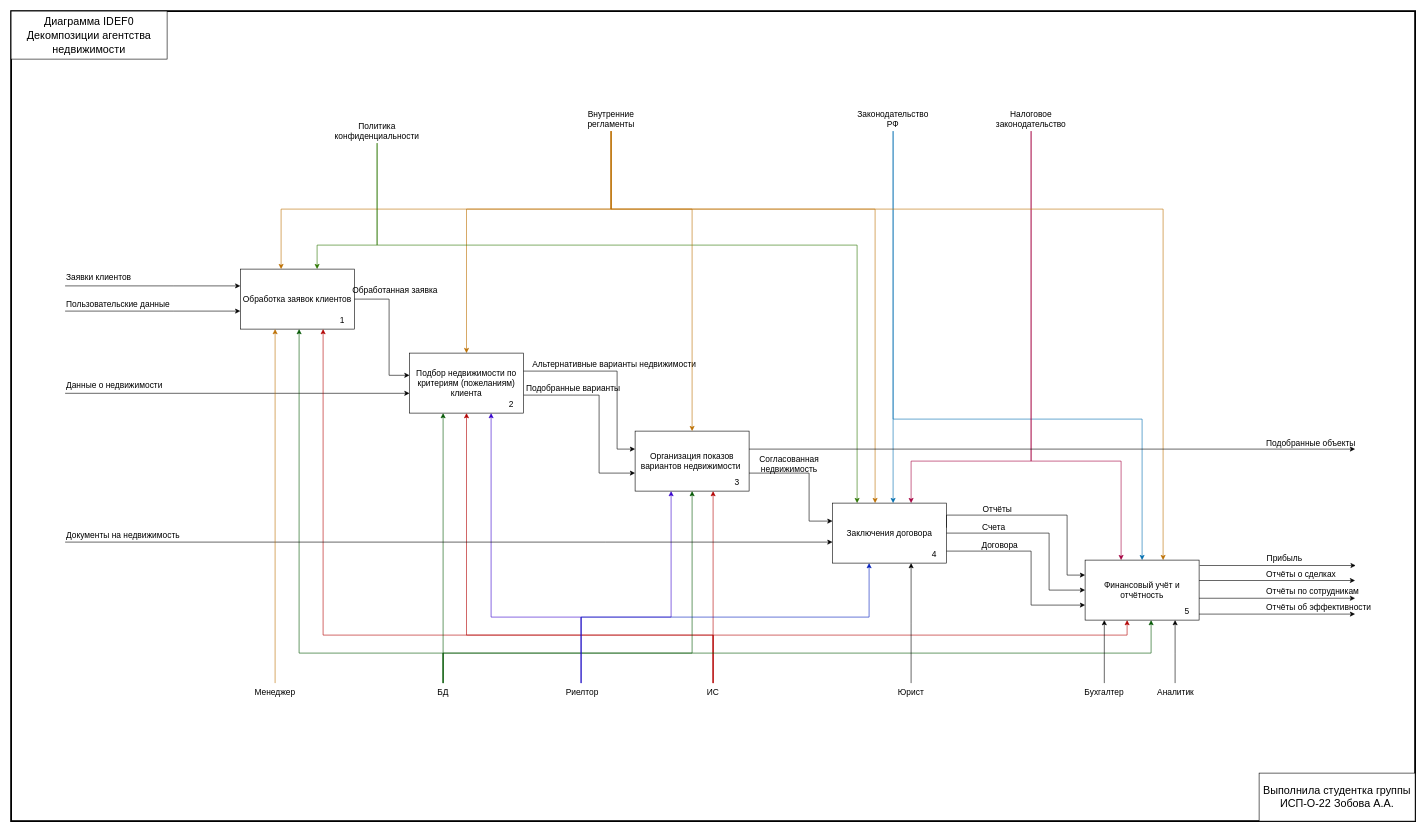
ColdenI/Diploma-IS-food-production keeps this draw.io diagram as page "IDEF0 декомпозиции" (4 of 6) of media/Диаграммы - Попов А.В..drawio. Above is the earlier version. Source tidied: cells renumbered, new cells numbered last; positions are measured from the earlier drawing's top-left corner, leaving out a move shared by most shapes. Both pictures are drawn from the tidied source at 60%, with x=0, y=0 at pixel (11, 11).
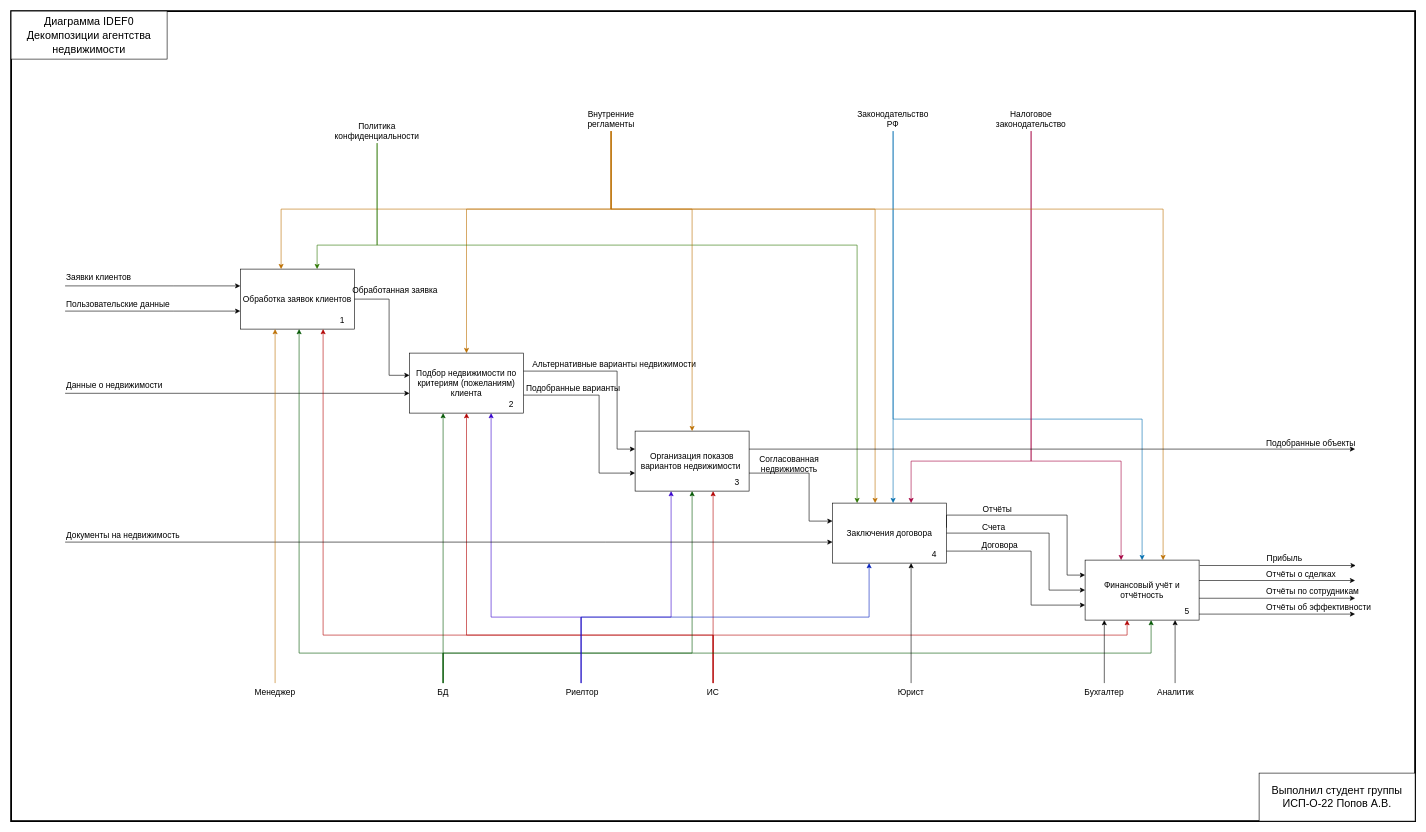
The same page after the edit.

Diff of the diagram source:
```diff
@@
-    <mxCell id="88" value="Выполнила студентка группы ИСП-О-22 Зобова А.А." style="rounded=0;whiteSpace=wrap;html=1;fontSize=18;" parent="1" vertex="1">
+    <mxCell id="88" value="Выполнил студент группы ИСП-О-22 Попов А.В." style="rounded=0;whiteSpace=wrap;html=1;fontSize=18;" parent="1" vertex="1">
       <mxGeometry x="2080" y="1270" width="260" height="80" as="geometry" />
     </mxCell>
```
